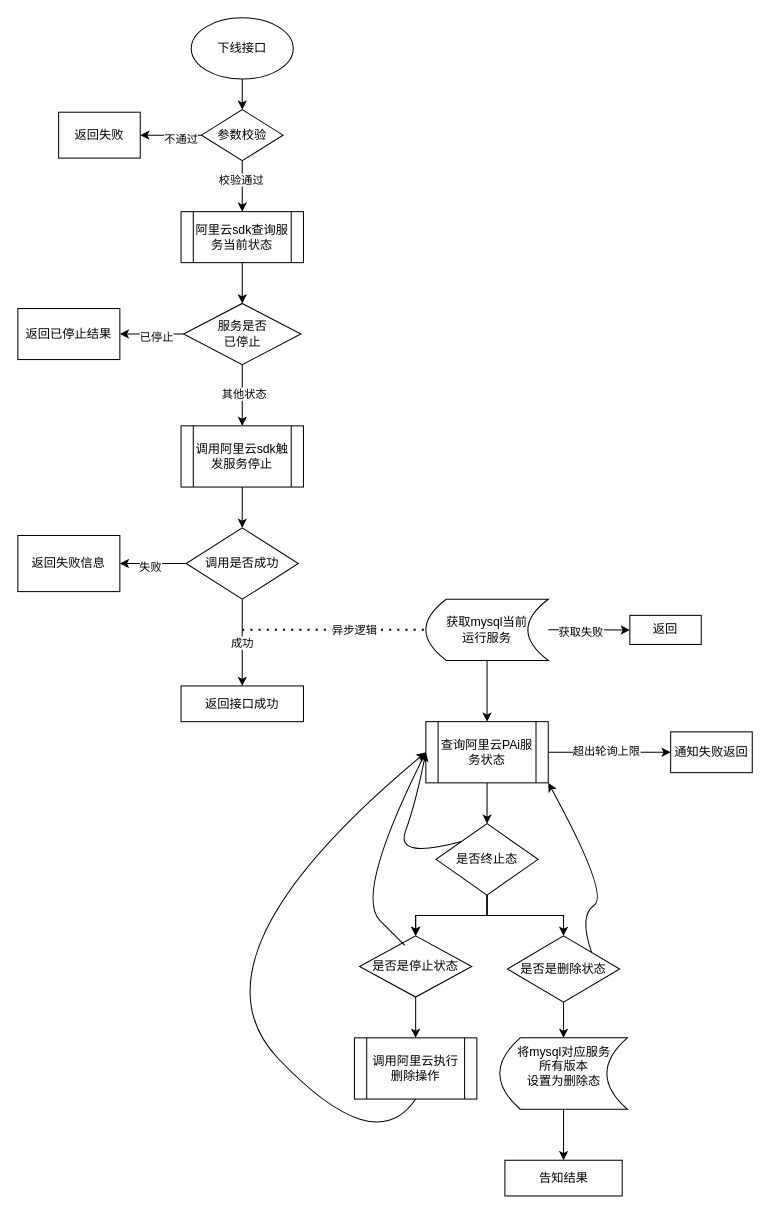
Earlier version of the draw.io diagram 下线pai流程图.drawio (1418956397/JavaWeb-Project-Source-Share). Source tidied: cells renumbered, new cells numbered last; positions are measured from the earlier drawing's top-left corner, leaving out a move shared by most shapes. Both pictures are drawn from the tidied source at 102%, with x=0, y=0 at pixel (17, 17).
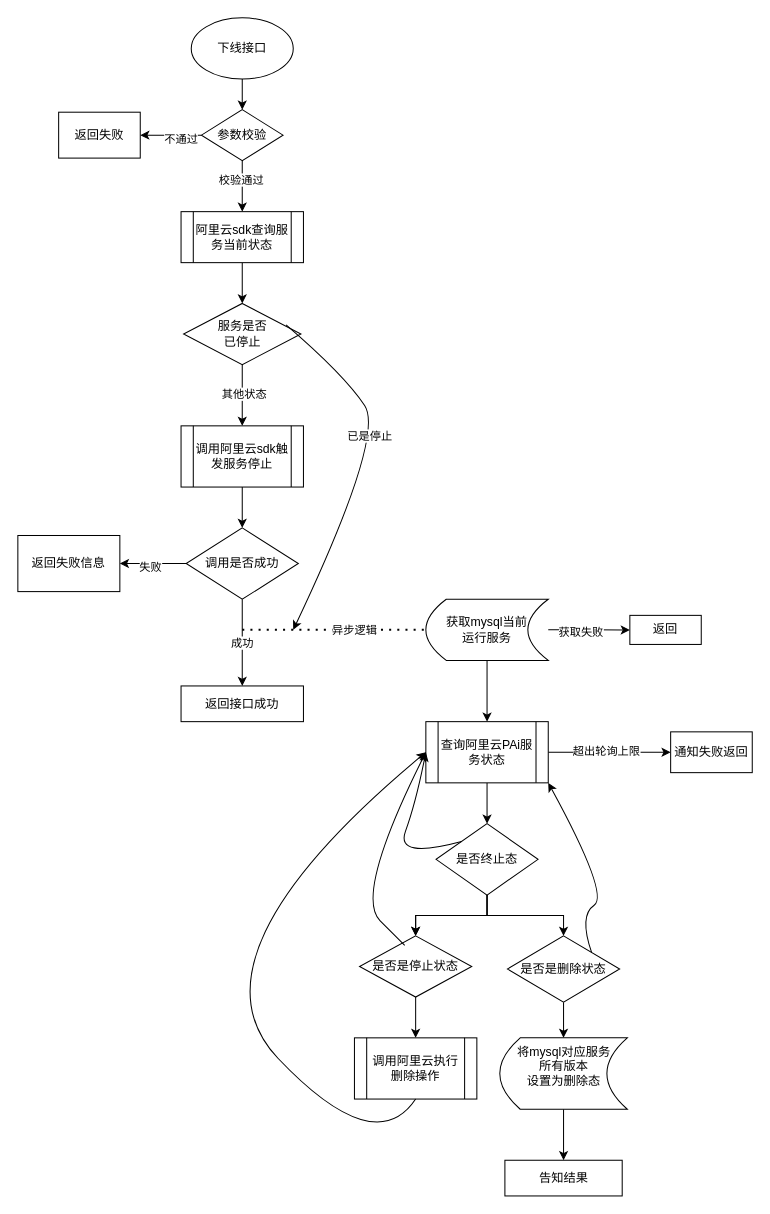
Above is the later version.

Commit message:
更新下线pai流程图.drawio

The change refers to these unchanged cells:
```xml
<mxCell id="16" value="服务是否&lt;div&gt;已停止&lt;/div&gt;" style="rhombus;whiteSpace=wrap;html=1;" parent="1" vertex="1">
  <mxGeometry x="162.5" y="280" width="115" height="60" as="geometry" />
</mxCell>
```

The edit, as a diff of the source:
```diff
@@
-    <mxCell id="12" style="edgeStyle=orthogonalEdgeStyle;rounded=0;jettySize=auto;html=1;" parent="1" edge="1" source="16" target="17">
-      <mxGeometry relative="1" as="geometry" />
-    </mxCell>
-    <mxCell id="13" value="已停止" style="edgeLabel;html=1;align=center;verticalAlign=middle;" parent="12" vertex="1">
-      <mxGeometry x="-0.12" y="2" relative="1" as="geometry">
-        <mxPoint x="1" as="offset" />
-      </mxGeometry>
-    </mxCell>
@@
-    <mxCell id="17" value="返回已停止结果" style="rounded=0;whiteSpace=wrap;html=1;" parent="1" vertex="1">
-      <mxGeometry y="285" width="100" height="50" as="geometry" />
-    </mxCell>
@@
+    <mxCell id="54" style="curved=1;endArrow=classic;html=1;rounded=0;exitX=0.874;exitY=0.35;exitDx=0;exitDy=0;exitPerimeter=0;" parent="1" edge="1" source="16">
+      <mxGeometry relative="1" as="geometry">
+        <mxPoint x="270" y="600" as="targetPoint" />
+        <Array as="points">
+          <mxPoint x="320" y="350" />
+          <mxPoint x="360" y="410" />
+        </Array>
+      </mxGeometry>
+    </mxCell>
+    <mxCell id="55" value="已是停止" style="edgeLabel;html=1;align=center;verticalAlign=middle;" parent="54" vertex="1">
+      <mxGeometry x="-0.23" y="-13" relative="1" as="geometry" />
+    </mxCell>
```
